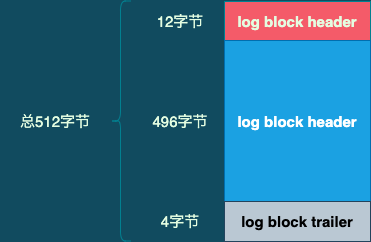
Before: assets/redo log block示意图.png, a diagram exported from draw.io (gwwwwt/mysql_8.0.4). Source tidied: cells renumbered, new cells last; positions are measured from the earlier drawing's top-left corner, leaving out a move shared by most shapes.
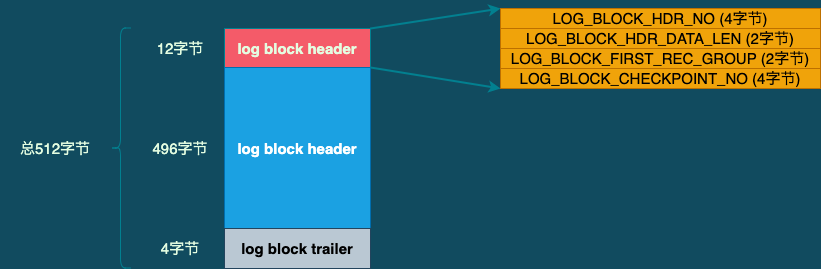
Above is the later version.

Diff of the diagram source:
```diff
@@ -26,5 +26,23 @@
     <mxCell id="9" value="总512字节" style="text;html=1;strokeColor=none;fillColor=none;align=center;verticalAlign=middle;whiteSpace=wrap;rounded=0;sketch=0;fontSize=15;fontColor=#E4FDE1;" parent="1" vertex="1">
       <mxGeometry y="110" width="110" height="20" as="geometry" />
     </mxCell>
+    <mxCell id="10" value="LOG_BLOCK_HDR_NO (4字节)" style="rounded=0;whiteSpace=wrap;html=1;sketch=0;fontSize=15;fontColor=#000000;strokeColor=#BD7000;fillColor=#f0a30a;" parent="1" vertex="1">
+      <mxGeometry x="500" y="-20" width="320" height="20" as="geometry" />
+    </mxCell>
+    <mxCell id="11" value="LOG_BLOCK_HDR_DATA_LEN (2字节)" style="rounded=0;whiteSpace=wrap;html=1;sketch=0;fontSize=15;fontColor=#000000;strokeColor=#BD7000;fillColor=#f0a30a;" parent="1" vertex="1">
+      <mxGeometry x="500" width="320" height="20" as="geometry" />
+    </mxCell>
+    <mxCell id="12" value="LOG_BLOCK_FIRST_REC_GROUP (2字节)" style="rounded=0;whiteSpace=wrap;html=1;sketch=0;fontSize=15;fontColor=#000000;strokeColor=#BD7000;fillColor=#f0a30a;" parent="1" vertex="1">
+      <mxGeometry x="500" y="20" width="320" height="20" as="geometry" />
+    </mxCell>
+    <mxCell id="13" value="LOG_BLOCK_CHECKPOINT_NO (4字节)" style="rounded=0;whiteSpace=wrap;html=1;sketch=0;fontSize=15;fontColor=#000000;strokeColor=#BD7000;fillColor=#f0a30a;" parent="1" vertex="1">
+      <mxGeometry x="500" y="40" width="320" height="20" as="geometry" />
+    </mxCell>
+    <mxCell id="14" style="endArrow=classic;html=1;fontSize=15;fontColor=#E4FDE1;strokeColor=#028090;fillColor=#F45B69;entryX=0;entryY=0;entryDx=0;entryDy=0;exitX=1;exitY=0;exitDx=0;exitDy=0;strokeWidth=2;" parent="1" edge="1" source="2" target="10">
+      <mxGeometry relative="1" as="geometry" />
+    </mxCell>
+    <mxCell id="15" style="endArrow=classic;html=1;fontSize=15;fontColor=#E4FDE1;strokeColor=#028090;fillColor=#F45B69;entryX=0;entryY=1;entryDx=0;entryDy=0;exitX=1;exitY=0;exitDx=0;exitDy=0;strokeWidth=2;" parent="1" edge="1" source="3" target="13">
+      <mxGeometry relative="1" as="geometry" />
+    </mxCell>
   </root>
 </mxGraphModel>
```
